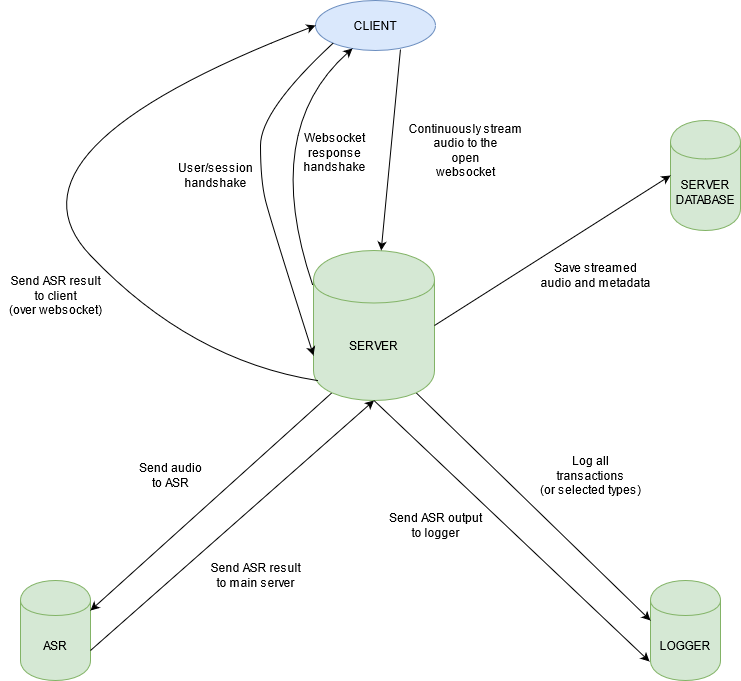
This is rispik/rispik_chart.png from stts-se/tillstudpub, a draw.io export, as it was before one commit. Source tidied: cells renumbered, new cells last; positions are measured from the earlier drawing's top-left corner, leaving out a move shared by most shapes.
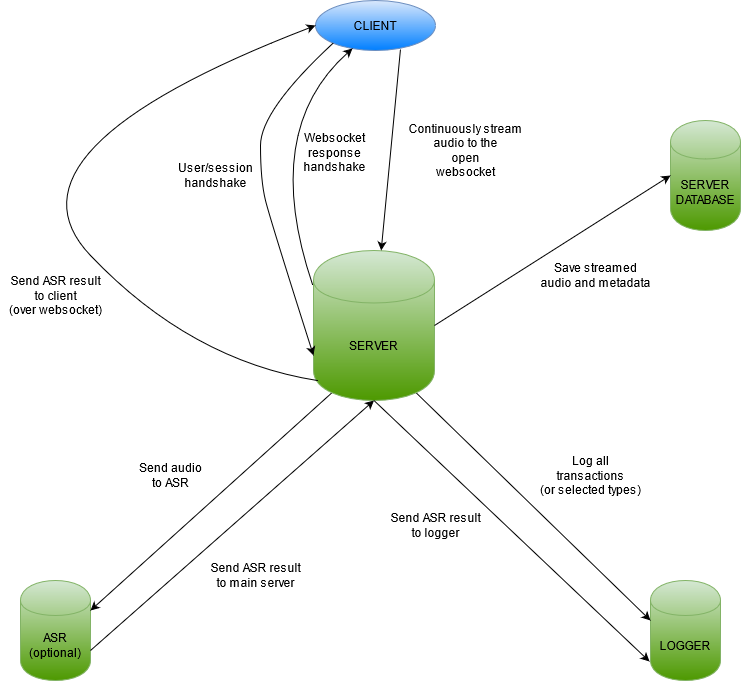
Later version of the same file.

Diff of the diagram source:
```diff
@@ -12,16 +12,16 @@
         <mxPoint x="290" y="300" as="targetPoint" />
       </mxGeometry>
     </mxCell>
-    <mxCell id="4" value="CLIENT" style="ellipse;whiteSpace=wrap;html=1;fillColor=#dae8fc;strokeColor=#6c8ebf;" parent="1" vertex="1">
+    <mxCell id="4" value="CLIENT" style="ellipse;whiteSpace=wrap;html=1;fillColor=#dae8fc;strokeColor=#6c8ebf;gradientColor=#007FFF;" parent="1" vertex="1">
       <mxGeometry x="325" width="120" height="50" as="geometry" />
     </mxCell>
-    <mxCell id="5" value="SERVER" style="shape=cylinder;whiteSpace=wrap;html=1;boundedLbl=1;backgroundOutline=1;fillColor=#d5e8d4;strokeColor=#82b366;" parent="1" vertex="1">
+    <mxCell id="5" value="SERVER" style="shape=cylinder;whiteSpace=wrap;html=1;boundedLbl=1;backgroundOutline=1;fillColor=#d5e8d4;strokeColor=#82b366;gradientColor=#4D9900;" parent="1" vertex="1">
       <mxGeometry x="323" y="250" width="121" height="150" as="geometry" />
     </mxCell>
-    <mxCell id="6" value="ASR" style="shape=cylinder;whiteSpace=wrap;html=1;boundedLbl=1;backgroundOutline=1;fillColor=#d5e8d4;strokeColor=#82b366;" parent="1" vertex="1">
+    <mxCell id="6" value="ASR&lt;br&gt;(optional)" style="shape=cylinder;whiteSpace=wrap;html=1;boundedLbl=1;backgroundOutline=1;fillColor=#d5e8d4;strokeColor=#82b366;gradientColor=#4D9900;" parent="1" vertex="1">
       <mxGeometry x="30" y="580" width="70" height="100" as="geometry" />
     </mxCell>
-    <mxCell id="7" value="LOGGER" style="shape=cylinder;whiteSpace=wrap;html=1;boundedLbl=1;backgroundOutline=1;fillColor=#d5e8d4;strokeColor=#82b366;" parent="1" vertex="1">
+    <mxCell id="7" value="LOGGER" style="shape=cylinder;whiteSpace=wrap;html=1;boundedLbl=1;backgroundOutline=1;fillColor=#d5e8d4;strokeColor=#82b366;gradientColor=#4D9900;" parent="1" vertex="1">
       <mxGeometry x="660" y="580" width="70" height="100" as="geometry" />
     </mxCell>
     <mxCell id="8" style="curved=1;endArrow=classic;html=1;entryX=0.308;entryY=0.96;entryDx=0;entryDy=0;exitX=-0.008;exitY=0.227;exitDx=0;exitDy=0;exitPerimeter=0;entryPerimeter=0;" parent="1" edge="1" source="5" target="4">
@@ -73,7 +73,7 @@
     <mxCell id="20" style="endArrow=classic;html=1;exitX=0.5;exitY=1;exitDx=0;exitDy=0;entryX=-0.014;entryY=0.81;entryDx=0;entryDy=0;entryPerimeter=0;" parent="1" edge="1" source="5" target="7">
       <mxGeometry relative="1" as="geometry" />
     </mxCell>
-    <mxCell id="21" value="Send ASR output&lt;br&gt;to logger" style="text;html=1;align=center;verticalAlign=middle;" parent="1" vertex="1">
+    <mxCell id="21" value="Send ASR result&lt;br&gt;to logger" style="text;html=1;align=center;verticalAlign=middle;" parent="1" vertex="1">
       <mxGeometry x="390" y="510" width="110" height="30" as="geometry" />
     </mxCell>
     <mxCell id="22" style="endArrow=classic;html=1;exitX=0.85;exitY=0.95;exitDx=0;exitDy=0;entryX=0;entryY=0.4;entryDx=0;entryDy=0;exitPerimeter=0;entryPerimeter=0;" parent="1" edge="1" source="5" target="7">
@@ -85,7 +85,7 @@
     <mxCell id="24" value="Save streamed&lt;br&gt;audio and metadata" style="text;html=1;align=center;verticalAlign=middle;" parent="1" vertex="1">
       <mxGeometry x="540" y="260" width="130" height="30" as="geometry" />
     </mxCell>
-    <mxCell id="25" value="SERVER&lt;br&gt;&lt;div&gt;DATABASE&lt;/div&gt;" style="shape=cylinder;whiteSpace=wrap;html=1;boundedLbl=1;backgroundOutline=1;fillColor=#d5e8d4;strokeColor=#82b366;" parent="1" vertex="1">
+    <mxCell id="25" value="SERVER&lt;br&gt;&lt;div&gt;DATABASE&lt;/div&gt;" style="shape=cylinder;whiteSpace=wrap;html=1;boundedLbl=1;backgroundOutline=1;fillColor=#d5e8d4;strokeColor=#82b366;gradientColor=#4D9900;" parent="1" vertex="1">
       <mxGeometry x="680" y="120" width="70" height="110" as="geometry" />
     </mxCell>
     <mxCell id="26" style="endArrow=classic;html=1;exitX=1;exitY=0.5;exitDx=0;exitDy=0;entryX=0;entryY=0.5;entryDx=0;entryDy=0;" parent="1" edge="1" source="5" target="25">
```
